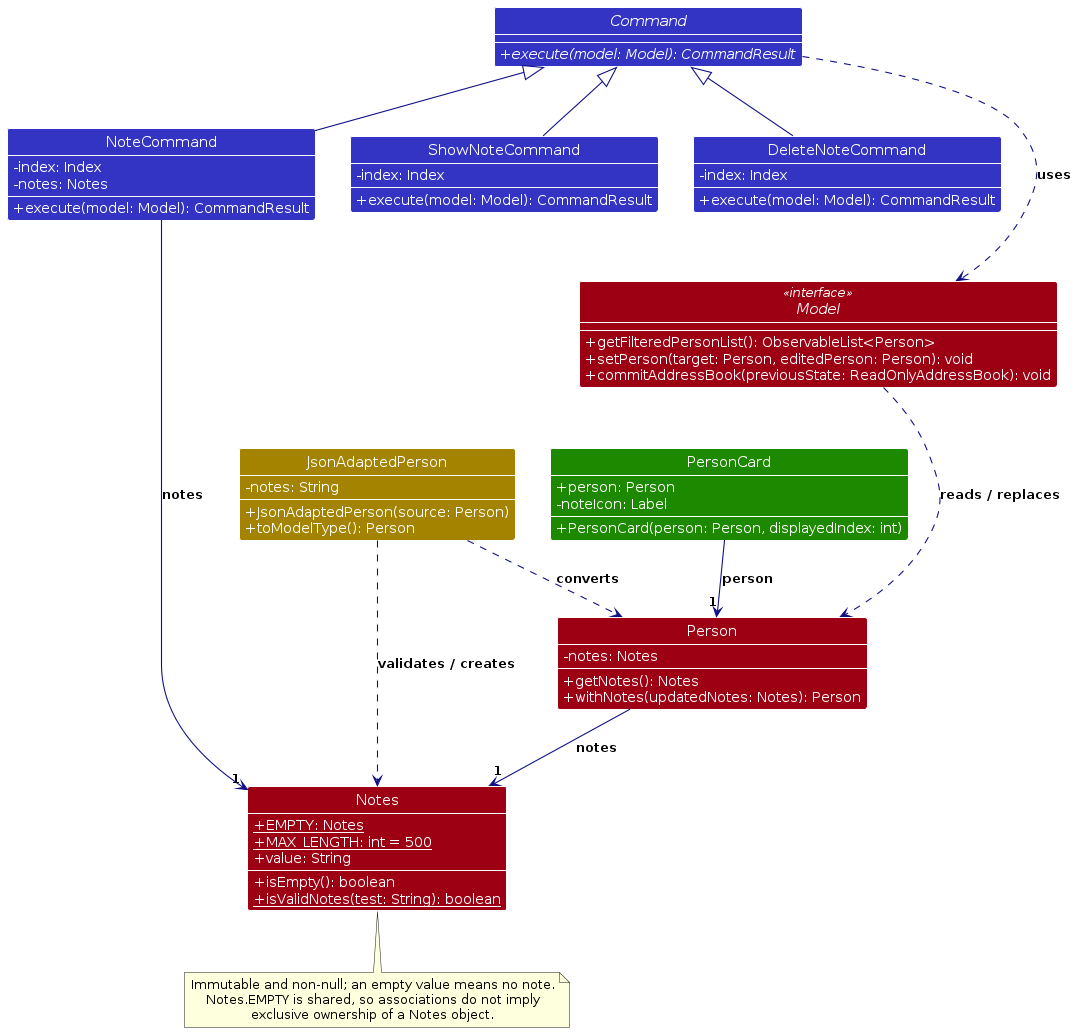
This is diagrams/NotesClassDiagram.png from AY2627S1-CS2103T-F15-3/tp, a PlantUML export, as it was before one commit. Its source is kept beside it as diagrams/NotesClassDiagram.puml. The source it was exported from:
```plantuml
@startuml
!include style.puml
show members
skinparam classAttributeIconSize 0
skinparam classAttributeFontColor #FFFFFF
skinparam genericDisplay old
skinparam arrowThickness 1.1
skinparam arrowColor LOGIC_COLOR_T4
skinparam classBackgroundColor LOGIC_COLOR
top to bottom direction

abstract class Command {
  {abstract} +execute(model: Model): CommandResult
}
class NoteCommand {
  -index: Index
  -notes: Notes
  +execute(model: Model): CommandResult
}
class ShowNoteCommand {
  -index: Index
  +execute(model: Model): CommandResult
}
class DeleteNoteCommand {
  -index: Index
  +execute(model: Model): CommandResult
}
interface Model <<interface>> MODEL_COLOR {
  +getFilteredPersonList(): ObservableList<Person>
  +setPerson(target: Person, editedPerson: Person): void
  +commitAddressBook(previousState: ReadOnlyAddressBook): void
}
class Person MODEL_COLOR {
  -notes: Notes
  +getNotes(): Notes
  +withNotes(updatedNotes: Notes): Person
}
class Notes MODEL_COLOR {
  {static} +EMPTY: Notes
  {static} +MAX_LENGTH: int = 500
  +value: String
  +isEmpty(): boolean
  {static} +isValidNotes(test: String): boolean
}
class JsonAdaptedPerson STORAGE_COLOR {
  -notes: String
  +JsonAdaptedPerson(source: Person)
  +toModelType(): Person
}
class PersonCard UI_COLOR {
  +person: Person
  -noteIcon: Label
  +PersonCard(person: Person, displayedIndex: int)
}

NoteCommand -up-|> Command
ShowNoteCommand -up-|> Command
DeleteNoteCommand -up-|> Command
NoteCommand -[hidden]right-> ShowNoteCommand
ShowNoteCommand -[hidden]right-> DeleteNoteCommand
ShowNoteCommand -[hidden]down-> Model
Model -[hidden]down-> JsonAdaptedPerson
JsonAdaptedPerson -[hidden]right-> PersonCard
Command ..> Model : uses
Model ..> Person : reads / replaces
NoteCommand --> "1" Notes : notes
Person --> "1" Notes : notes
JsonAdaptedPerson ..> Person : converts
JsonAdaptedPerson ..> Notes : validates / creates
PersonCard --> "1" Person : person

note bottom of Notes
  Immutable and non-null; an empty value means no note.
  Notes.EMPTY is shared, so associations do not imply
  exclusive ownership of a Notes object.
end note
@enduml
```
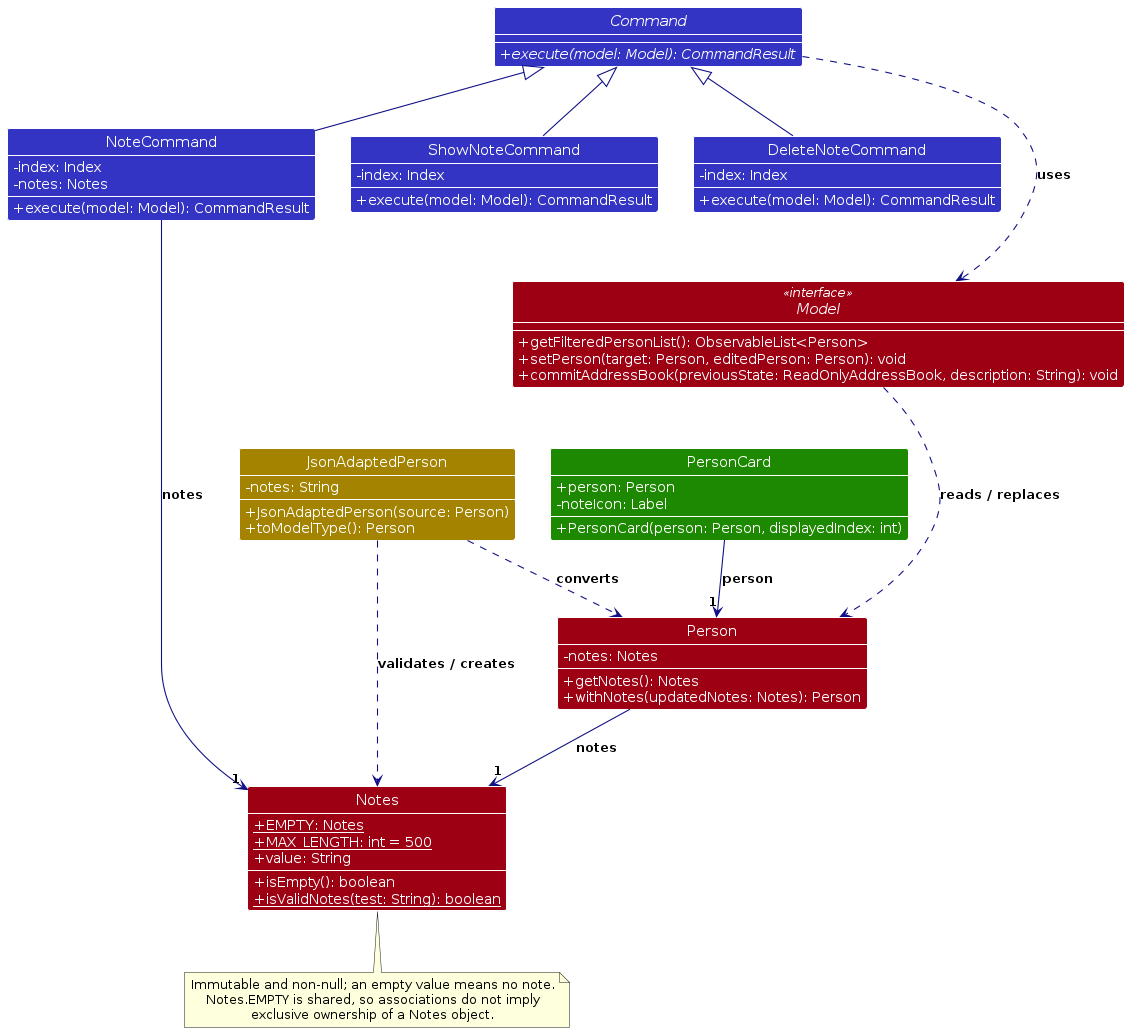
After the change.

Change to the diagram source:
```diff
@@ -28,7 +28,7 @@
 interface Model <<interface>> MODEL_COLOR {
   +getFilteredPersonList(): ObservableList<Person>
   +setPerson(target: Person, editedPerson: Person): void
-  +commitAddressBook(previousState: ReadOnlyAddressBook): void
+  +commitAddressBook(previousState: ReadOnlyAddressBook, description: String): void
 }
 class Person MODEL_COLOR {
   -notes: Notes
```
